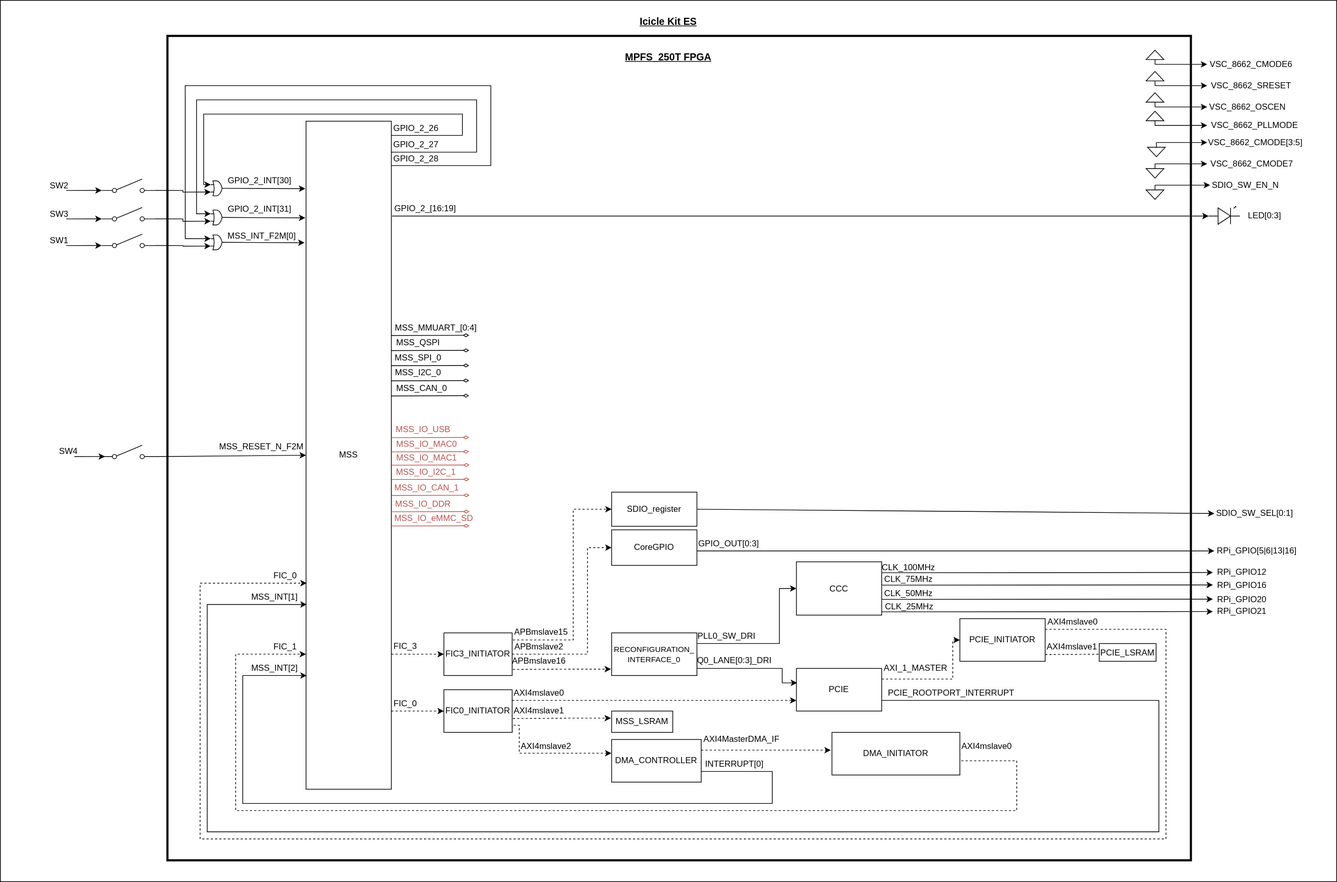
Above: block_diagram.svg in polarfire-soc/icicle-kit-reference-design (draw.io), before the change. Source tidied: cells renumbered, new cells last; positions are measured from the earlier drawing's top-left corner, leaving out a move shared by most shapes.
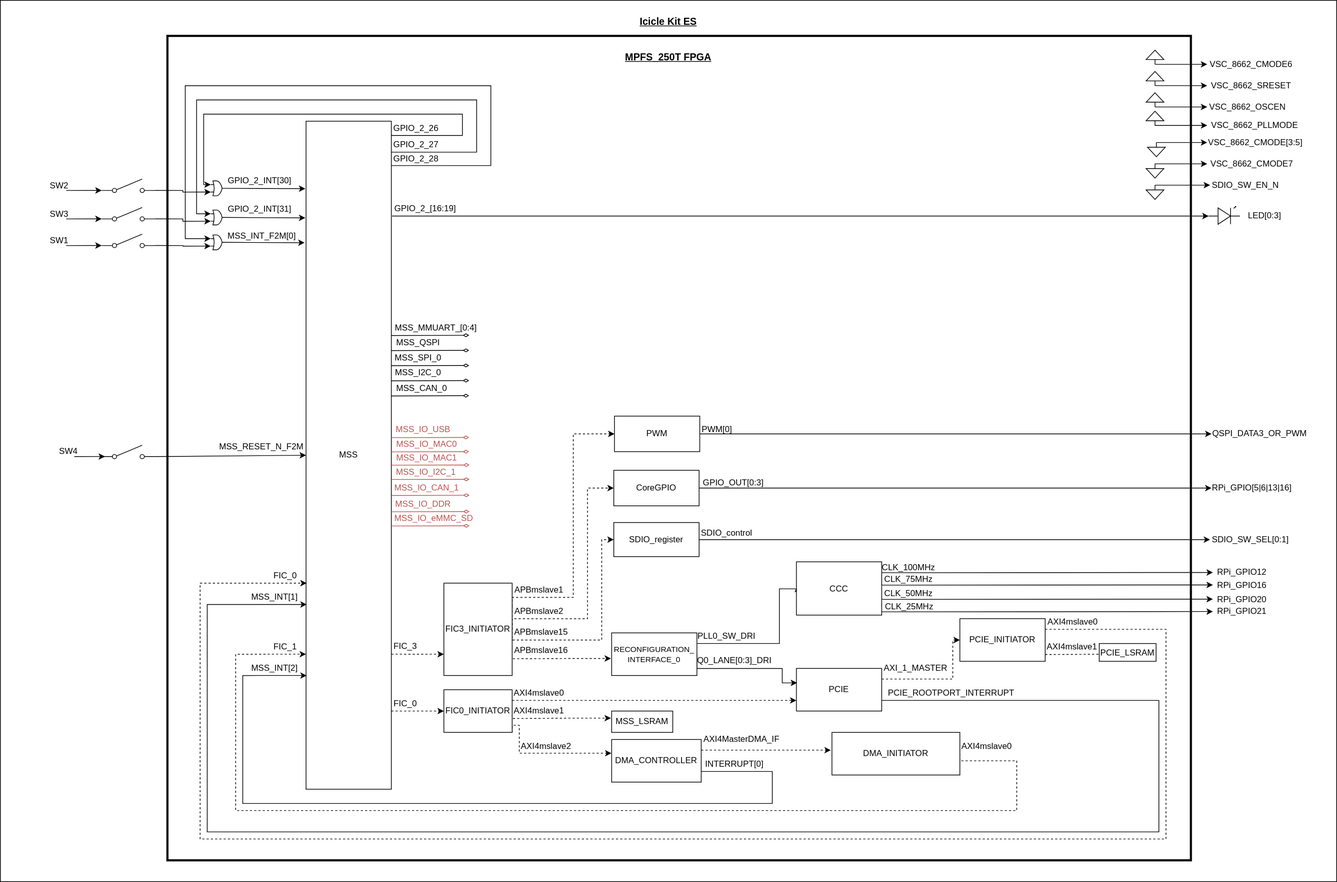
After the change.

Commit message:
Added corePWM to the block diagram and updated the core layout for FIC3_initiator to be clearer

Change to the diagram source:
```diff
@@ -395,7 +395,7 @@
       </mxGeometry>
     </mxCell>
     <mxCell id="91" value="SDIO_SW_SEL[0:1]" style="text;html=1;strokeColor=none;fillColor=none;align=center;verticalAlign=middle;whiteSpace=wrap;rounded=0;" parent="1" vertex="1">
-      <mxGeometry x="1708" y="712" width="114" height="20" as="geometry" />
+      <mxGeometry x="1702" y="748.8" width="114" height="20" as="geometry" />
     </mxCell>
     <mxCell id="92" style="verticalLabelPosition=bottom;shadow=0;dashed=0;align=center;html=1;verticalAlign=top;shape=mxgraph.electrical.opto_electronics.led_1;" parent="1" vertex="1">
       <mxGeometry x="1700" y="290" width="44" height="25" as="geometry" />
@@ -422,8 +422,9 @@
     <mxCell id="96" style="edgeStyle=orthogonalEdgeStyle;rounded=0;jettySize=auto;html=1;exitX=1;exitY=0.5;exitDx=0;exitDy=0;entryX=0;entryY=0.5;entryDx=0;entryDy=0;dashed=1;" parent="1" edge="1" source="98" target="101">
       <mxGeometry relative="1" as="geometry">
         <Array as="points">
-          <mxPoint x="826" y="920" />
-          <mxPoint x="826" y="770" />
+          <mxPoint x="720" y="870" />
+          <mxPoint x="826" y="870" />
+          <mxPoint x="826" y="686" />
         </Array>
       </mxGeometry>
     </mxCell>
@@ -431,37 +432,49 @@
       <mxGeometry relative="1" as="geometry">
         <Array as="points">
           <mxPoint x="720" y="900" />
-          <mxPoint x="806" y="900" />
-          <mxPoint x="806" y="716" />
+          <mxPoint x="846" y="900" />
+          <mxPoint x="846" y="759" />
         </Array>
       </mxGeometry>
     </mxCell>
+    <mxCell id="157" style="edgeStyle=orthogonalEdgeStyle;rounded=0;jettySize=auto;html=1;exitX=1;exitY=0.25;exitDx=0;exitDy=0;entryX=0;entryY=0.5;entryDx=0;entryDy=0;dashed=1;" parent="1" edge="1" source="98" target="161">
+      <mxGeometry relative="1" as="geometry">
+        <Array as="points">
+          <mxPoint x="720" y="840" />
+          <mxPoint x="806" y="840" />
+          <mxPoint x="806" y="610" />
+        </Array>
+      </mxGeometry>
+    </mxCell>
     <mxCell id="98" value="FIC3_INITIATOR" style="rounded=0;whiteSpace=wrap;html=1;" parent="1" vertex="1">
-      <mxGeometry x="624" y="890" width="96" height="60" as="geometry" />
+      <mxGeometry x="624" y="820" width="96" height="130" as="geometry" />
     </mxCell>
     <mxCell id="99" style="edgeStyle=none;rounded=0;orthogonalLoop=1;jettySize=auto;html=1;exitX=1.011;exitY=0.674;exitDx=0;exitDy=0;exitPerimeter=0;dashed=1;" parent="1" edge="1">
       <mxGeometry relative="1" as="geometry">
-        <mxPoint x="721.1" y="941.4" as="sourcePoint" />
-        <mxPoint x="859" y="941" as="targetPoint" />
+        <mxPoint x="721.1" y="926.4" as="sourcePoint" />
+        <mxPoint x="859" y="926" as="targetPoint" />
         <Array as="points">
-          <mxPoint x="800" y="941" />
+          <mxPoint x="800" y="926" />
         </Array>
       </mxGeometry>
     </mxCell>
     <mxCell id="100" value="APBmslave16" style="text;html=1;strokeColor=none;fillColor=none;align=center;verticalAlign=middle;whiteSpace=wrap;rounded=0;" parent="1" vertex="1">
-      <mxGeometry x="720" y="920" width="76" height="20" as="geometry" />
+      <mxGeometry x="723" y="905" width="76" height="20" as="geometry" />
     </mxCell>
+    <mxCell id="158" style="edgeStyle=orthogonalEdgeStyle;rounded=0;jettySize=auto;html=1;exitX=1;exitY=0.5;exitDx=0;exitDy=0;entryX=0;entryY=0.5;entryDx=0;entryDy=0;" parent="1" edge="1" source="101" target="131">
+      <mxGeometry relative="1" as="geometry" />
+    </mxCell>
     <mxCell id="101" value="CoreGPIO" style="rounded=0;whiteSpace=wrap;html=1;" parent="1" vertex="1">
-      <mxGeometry x="860" y="745" width="120" height="50" as="geometry" />
+      <mxGeometry x="863" y="661.2" width="120" height="50" as="geometry" />
     </mxCell>
-    <mxCell id="102" value="APBmslave2" style="text;html=1;strokeColor=none;fillColor=none;align=center;verticalAlign=middle;whiteSpace=wrap;rounded=0;" parent="1" vertex="1">
-      <mxGeometry x="720" y="900" width="76" height="20" as="geometry" />
+    <mxCell id="102" value="APBmslave1" style="text;html=1;strokeColor=none;fillColor=none;align=center;verticalAlign=middle;whiteSpace=wrap;rounded=0;" parent="1" vertex="1">
+      <mxGeometry x="720" y="820" width="76" height="20" as="geometry" />
     </mxCell>
     <mxCell id="103" style="edgeStyle=none;rounded=0;jettySize=auto;html=1;exitX=1;exitY=0.5;exitDx=0;exitDy=0;entryX=0;entryY=0.5;entryDx=0;entryDy=0;" parent="1" edge="1" source="104" target="91">
       <mxGeometry relative="1" as="geometry" />
     </mxCell>
     <mxCell id="104" value="SDIO_register" style="rounded=0;whiteSpace=wrap;html=1;" parent="1" vertex="1">
-      <mxGeometry x="860" y="692" width="120" height="48" as="geometry" />
+      <mxGeometry x="863" y="734.8" width="120" height="48" as="geometry" />
     </mxCell>
     <mxCell id="105" value="APBmslave15" style="text;html=1;strokeColor=none;fillColor=none;align=center;verticalAlign=middle;whiteSpace=wrap;rounded=0;" parent="1" vertex="1">
       <mxGeometry x="726" y="879" width="70" height="20" as="geometry" />
@@ -540,17 +553,11 @@
     <mxCell id="129" value="MSS_RESET_N_F2M" style="text;html=1;strokeColor=none;fillColor=none;align=center;verticalAlign=middle;whiteSpace=wrap;rounded=0;" parent="1" vertex="1">
       <mxGeometry x="334.9" y="617.5" width="65.1" height="21.2" as="geometry" />
     </mxCell>
-    <mxCell id="130" style="edgeStyle=none;rounded=0;orthogonalLoop=1;jettySize=auto;html=1;exitX=1;exitY=0.5;exitDx=0;exitDy=0;entryX=0;entryY=0.5;entryDx=0;entryDy=0;" parent="1" edge="1">
-      <mxGeometry relative="1" as="geometry">
-        <mxPoint x="980" y="774.7" as="sourcePoint" />
-        <mxPoint x="1708" y="774.7" as="targetPoint" />
-      </mxGeometry>
-    </mxCell>
     <mxCell id="131" value="RPi_GPIO[5|6|13|16]" style="text;html=1;strokeColor=none;fillColor=none;align=center;verticalAlign=middle;whiteSpace=wrap;rounded=0;" parent="1" vertex="1">
-      <mxGeometry x="1711" y="765" width="114" height="20" as="geometry" />
+      <mxGeometry x="1704" y="676.2" width="114" height="20" as="geometry" />
     </mxCell>
     <mxCell id="132" value="GPIO_OUT[0:3]" style="text;html=1;strokeColor=none;fillColor=none;align=center;verticalAlign=middle;whiteSpace=wrap;rounded=0;" parent="1" vertex="1">
-      <mxGeometry x="990" y="755" width="70" height="20" as="geometry" />
+      <mxGeometry x="986" y="668.9" width="91" height="20" as="geometry" />
     </mxCell>
     <mxCell id="133" value="CCC" style="rounded=0;whiteSpace=wrap;html=1;" parent="1" vertex="1">
       <mxGeometry x="1120" y="790" width="120" height="75" as="geometry" />
@@ -651,5 +658,23 @@
     <mxCell id="156" value="MSS_I2C_0" style="text;html=1;strokeColor=none;fillColor=none;align=center;verticalAlign=middle;whiteSpace=wrap;rounded=0;" parent="1" vertex="1">
       <mxGeometry x="550" y="513.8" width="76" height="21.2" as="geometry" />
     </mxCell>
+    <mxCell id="159" value="APBmslave2" style="text;html=1;strokeColor=none;fillColor=none;align=center;verticalAlign=middle;whiteSpace=wrap;rounded=0;" parent="1" vertex="1">
+      <mxGeometry x="720" y="850" width="76" height="20" as="geometry" />
+    </mxCell>
+    <mxCell id="160" style="edgeStyle=orthogonalEdgeStyle;rounded=0;jettySize=auto;html=1;exitX=1;exitY=0.5;exitDx=0;exitDy=0;entryX=0;entryY=0.5;entryDx=0;entryDy=0;" parent="1" edge="1" source="161" target="162">
+      <mxGeometry relative="1" as="geometry" />
+    </mxCell>
+    <mxCell id="161" value="PWM" style="rounded=0;whiteSpace=wrap;html=1;" parent="1" vertex="1">
+      <mxGeometry x="864" y="585" width="120" height="50" as="geometry" />
+    </mxCell>
+    <mxCell id="162" value="QSPI_DATA3_OR_PWM" style="text;html=1;strokeColor=none;fillColor=none;align=center;verticalAlign=middle;whiteSpace=wrap;rounded=0;" parent="1" vertex="1">
+      <mxGeometry x="1704" y="600" width="136" height="20" as="geometry" />
+    </mxCell>
+    <mxCell id="163" value="SDIO_control" style="text;html=1;strokeColor=none;fillColor=none;align=center;verticalAlign=middle;whiteSpace=wrap;rounded=0;" parent="1" vertex="1">
+      <mxGeometry x="987" y="740" width="70" height="20" as="geometry" />
+    </mxCell>
+    <mxCell id="164" value="PWM[0]" style="text;html=1;strokeColor=none;fillColor=none;align=center;verticalAlign=middle;whiteSpace=wrap;rounded=0;" parent="1" vertex="1">
+      <mxGeometry x="984" y="593.8" width="49" height="20" as="geometry" />
+    </mxCell>
   </root>
 </mxGraphModel>
```
